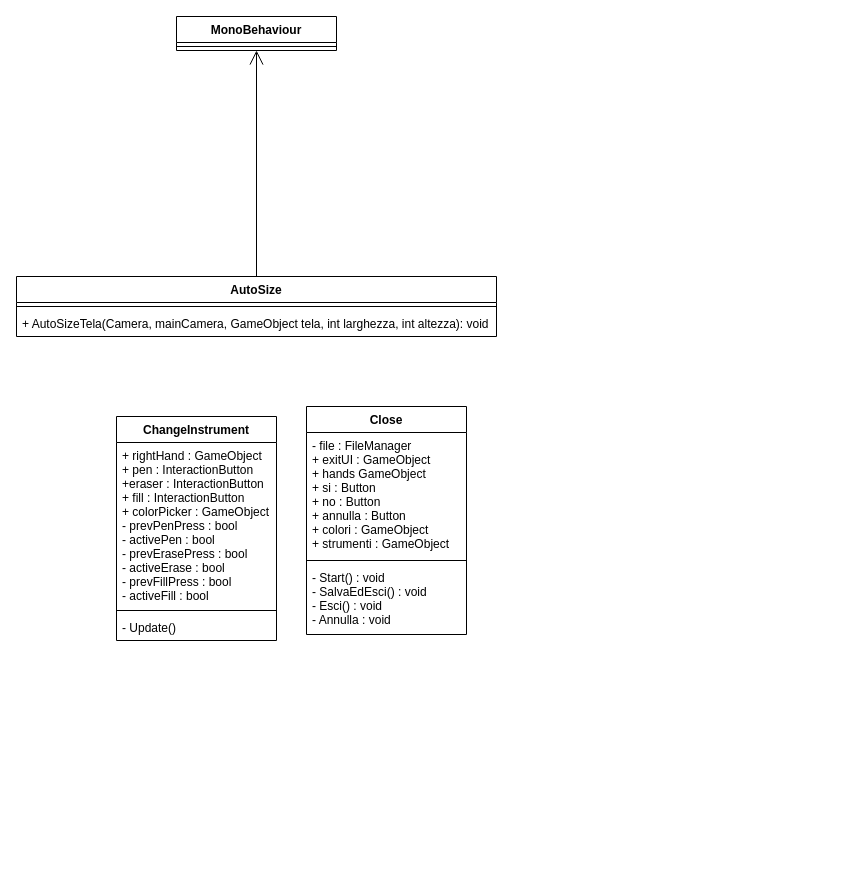
The draw.io diagram Documentazione/ClassDiagram.drawio in LuMug/VirtualPainter, before the edit. Source tidied: cells renumbered, new cells numbered last; positions are measured from the earlier drawing's top-left corner, leaving out a move shared by most shapes. Both pictures are drawn from the tidied source at 100%, with x=0, y=0 at pixel (16, 16).
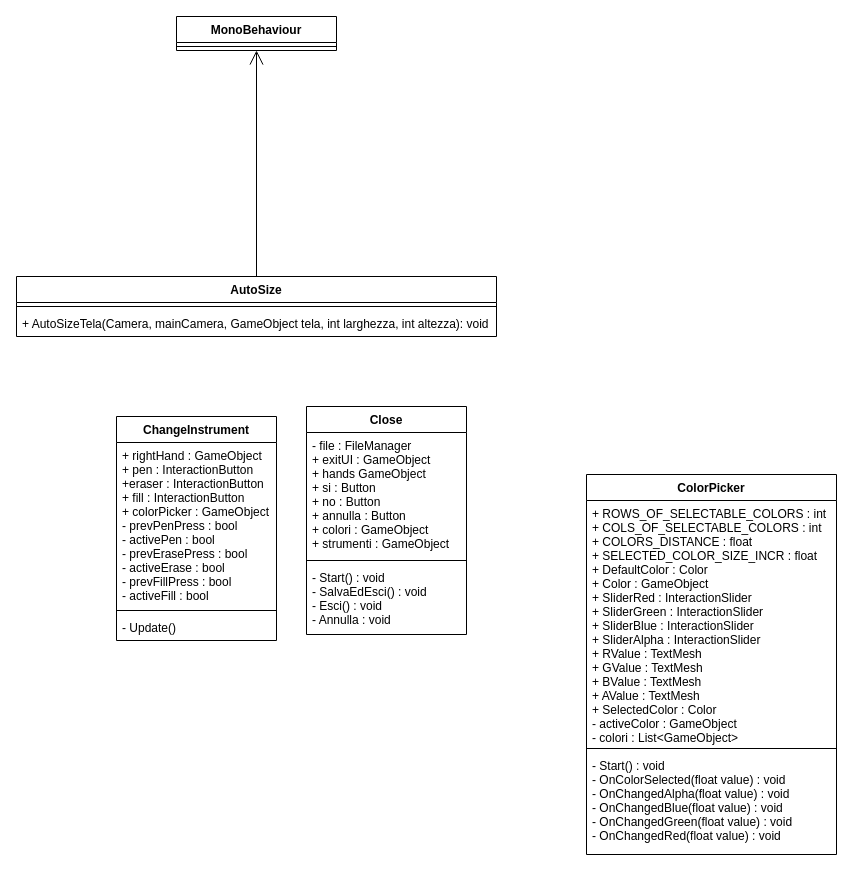
The same diagram, later.

The edit, as a diff of the source:
```diff
@@
 <mxGraphModel>
   <root>
     <mxCell id="0" />
     <mxCell id="1" parent="0" />
     <mxCell id="2" value="AutoSize" style="swimlane;fontStyle=1;align=center;verticalAlign=top;horizontal=1;startSize=26;rounded=0;shadow=0;strokeWidth=1;" parent="1" vertex="1">
       <mxGeometry y="260" width="480" height="60" as="geometry" />
     </mxCell>
     <mxCell id="3" style="line;html=1;strokeWidth=1;align=left;verticalAlign=middle;spacingTop=-1;spacingLeft=3;spacingRight=3;labelPosition=right;" parent="2" vertex="1">
       <mxGeometry y="26" width="480" height="8" as="geometry" />
     </mxCell>
     <mxCell id="4" value="+ AutoSizeTela(Camera, mainCamera, GameObject tela, int larghezza, int altezza): void" style="text;align=left;verticalAlign=top;spacingLeft=4;spacingRight=4;overflow=hidden;" parent="2" vertex="1">
       <mxGeometry y="34" width="480" height="26" as="geometry" />
     </mxCell>
     <mxCell id="5" value="MonoBehaviour" style="swimlane;fontStyle=1;align=center;verticalAlign=top;horizontal=1;startSize=26;" parent="1" vertex="1">
       <mxGeometry x="160" width="160" height="34" as="geometry" />
     </mxCell>
     <mxCell id="6" style="line;strokeWidth=1;fillColor=none;align=left;verticalAlign=middle;spacingTop=-1;spacingLeft=3;spacingRight=3;labelPosition=right;" parent="5" vertex="1">
       <mxGeometry y="26" width="160" height="8" as="geometry" />
     </mxCell>
     <mxCell id="7" style="endArrow=open;endFill=1;endSize=12;html=1;rounded=0;edgeStyle=orthogonalEdgeStyle;entryX=0.5;entryY=1;entryDx=0;entryDy=0;exitX=0.5;exitY=0;exitDx=0;exitDy=0;" parent="1" edge="1" source="2" target="5">
       <mxGeometry relative="1" as="geometry" />
     </mxCell>
     <mxCell id="8" value="ChangeInstrument" style="swimlane;fontStyle=1;align=center;verticalAlign=top;horizontal=1;startSize=26;" parent="1" vertex="1">
       <mxGeometry x="100" y="400" width="160" height="224" as="geometry" />
     </mxCell>
     <mxCell id="9" value="+ rightHand : GameObject&#10;+ pen : InteractionButton&#10;+eraser : InteractionButton&#10;+ fill : InteractionButton&#10;+ colorPicker : GameObject&#10;- prevPenPress : bool&#10;- activePen : bool&#10;- prevErasePress : bool&#10;- activeErase : bool&#10;- prevFillPress : bool&#10;- activeFill : bool&#10;&#10;&#10;&#10;" style="text;strokeColor=none;fillColor=none;align=left;verticalAlign=top;spacingLeft=4;spacingRight=4;overflow=hidden;" parent="8" vertex="1">
       <mxGeometry y="26" width="160" height="164" as="geometry" />
     </mxCell>
     <mxCell id="10" style="line;strokeWidth=1;fillColor=none;align=left;verticalAlign=middle;spacingTop=-1;spacingLeft=3;spacingRight=3;labelPosition=right;" parent="8" vertex="1">
       <mxGeometry y="190" width="160" height="8" as="geometry" />
     </mxCell>
     <mxCell id="11" value="- Update()" style="text;strokeColor=none;fillColor=none;align=left;verticalAlign=top;spacingLeft=4;spacingRight=4;overflow=hidden;" parent="8" vertex="1">
       <mxGeometry y="198" width="160" height="26" as="geometry" />
     </mxCell>
     <mxCell id="12" value="Close" style="swimlane;fontStyle=1;align=center;verticalAlign=top;horizontal=1;startSize=26;" parent="1" vertex="1">
       <mxGeometry x="290" y="390" width="160" height="228" as="geometry" />
     </mxCell>
     <mxCell id="13" value="- file : FileManager&#10;+ exitUI : GameObject&#10;+ hands GameObject&#10;+ si : Button&#10;+ no : Button&#10;+ annulla : Button&#10;+ colori : GameObject&#10;+ strumenti : GameObject&#10;" style="text;strokeColor=none;fillColor=none;align=left;verticalAlign=top;spacingLeft=4;spacingRight=4;overflow=hidden;" parent="12" vertex="1">
       <mxGeometry y="26" width="160" height="124" as="geometry" />
     </mxCell>
     <mxCell id="14" style="line;strokeWidth=1;fillColor=none;align=left;verticalAlign=middle;spacingTop=-1;spacingLeft=3;spacingRight=3;labelPosition=right;" parent="12" vertex="1">
       <mxGeometry y="150" width="160" height="8" as="geometry" />
     </mxCell>
     <mxCell id="15" value="- Start() : void&#10;- SalvaEdEsci() : void&#10;- Esci() : void&#10;- Annulla : void&#10;" style="text;strokeColor=none;fillColor=none;align=left;verticalAlign=top;spacingLeft=4;spacingRight=4;overflow=hidden;" parent="12" vertex="1">
       <mxGeometry y="158" width="160" height="70" as="geometry" />
     </mxCell>
+    <mxCell id="16" value="ColorPicker" style="swimlane;fontStyle=1;align=center;verticalAlign=top;horizontal=1;startSize=26;" parent="1" vertex="1">
+      <mxGeometry x="570" y="458" width="250" height="380" as="geometry" />
+    </mxCell>
+    <mxCell id="17" value="+ ROWS_OF_SELECTABLE_COLORS : int&#10;+ COLS_OF_SELECTABLE_COLORS : int&#10;+ COLORS_DISTANCE : float&#10;+ SELECTED_COLOR_SIZE_INCR : float&#10;+ DefaultColor : Color&#10;+ Color : GameObject&#10;+ SliderRed : InteractionSlider&#10;+ SliderGreen : InteractionSlider&#10;+ SliderBlue : InteractionSlider&#10;+ SliderAlpha : InteractionSlider&#10;+ RValue : TextMesh&#10;+ GValue : TextMesh&#10;+ BValue : TextMesh&#10;+ AValue : TextMesh&#10;+ SelectedColor : Color&#10;- activeColor : GameObject&#10;- colori : List&lt;GameObject&gt;&#10;&#10;&#10;&#10;" style="text;strokeColor=none;fillColor=none;align=left;verticalAlign=top;spacingLeft=4;spacingRight=4;overflow=hidden;" parent="16" vertex="1">
+      <mxGeometry y="26" width="250" height="244" as="geometry" />
+    </mxCell>
+    <mxCell id="18" style="line;strokeWidth=1;fillColor=none;align=left;verticalAlign=middle;spacingTop=-1;spacingLeft=3;spacingRight=3;labelPosition=right;" parent="16" vertex="1">
+      <mxGeometry y="270" width="250" height="8" as="geometry" />
+    </mxCell>
+    <mxCell id="19" value="- Start() : void&#10;- OnColorSelected(float value) : void&#10;- OnChangedAlpha(float value) : void&#10;- OnChangedBlue(float value) : void&#10;- OnChangedGreen(float value) : void&#10;- OnChangedRed(float value) : void&#10;&#10;" style="text;strokeColor=none;fillColor=none;align=left;verticalAlign=top;spacingLeft=4;spacingRight=4;overflow=hidden;" parent="16" vertex="1">
+      <mxGeometry y="278" width="250" height="102" as="geometry" />
+    </mxCell>
   </root>
 </mxGraphModel>
```
